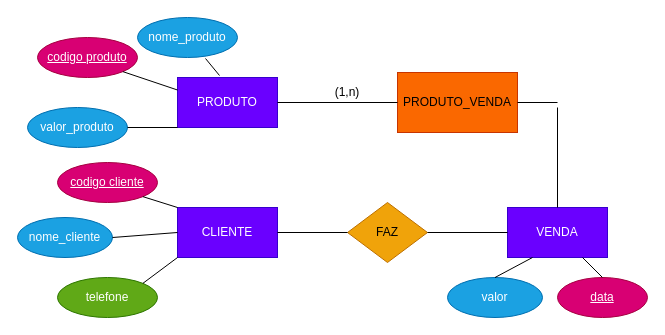
The draw.io diagram Produto.drawio in Ginizu/ModelagemSoftware, before the edit. Source tidied: cells renumbered, new cells numbered last; positions are measured from the earlier drawing's top-left corner, leaving out a move shared by most shapes. Both pictures are drawn from the tidied source at 100%, with x=0, y=0 at pixel (17, 17).
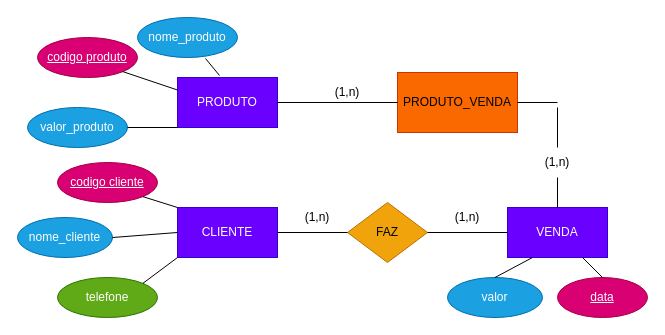
After the change.

The change refers to these unchanged cells:
```xml
<mxCell id="15" value="VENDA" style="rounded=0;whiteSpace=wrap;html=1;fillColor=#6a00ff;fontColor=#ffffff;strokeColor=#3700CC;" parent="1" vertex="1">
  <mxGeometry x="490" y="190" width="100" height="50" as="geometry" />
</mxCell>
```

The edit, as a diff of the source:
```diff
@@
-    <mxCell id="28" style="endArrow=none;html=1;rounded=0;exitX=0.5;exitY=0;exitDx=0;exitDy=0;" parent="1" edge="1" source="15">
+    <mxCell id="28" style="endArrow=none;html=1;rounded=0;exitX=0.5;exitY=0;exitDx=0;exitDy=0;" parent="1" edge="1" source="32">
       <mxGeometry relative="1" as="geometry">
         <mxPoint x="540" y="90" as="targetPoint" />
       </mxGeometry>
     </mxCell>
@@
+    <mxCell id="30" value="(1,n)" style="text;html=1;strokeColor=none;fillColor=none;align=center;verticalAlign=middle;whiteSpace=wrap;rounded=0;" parent="1" vertex="1">
+      <mxGeometry x="270" y="185" width="60" height="30" as="geometry" />
+    </mxCell>
+    <mxCell id="31" style="endArrow=none;html=1;rounded=0;exitX=0.5;exitY=0;exitDx=0;exitDy=0;" parent="1" edge="1" source="15" target="32">
+      <mxGeometry relative="1" as="geometry" />
+    </mxCell>
+    <mxCell id="32" value="(1,n)" style="text;html=1;strokeColor=none;fillColor=none;align=center;verticalAlign=middle;whiteSpace=wrap;rounded=0;" parent="1" vertex="1">
+      <mxGeometry x="510" y="130" width="60" height="30" as="geometry" />
+    </mxCell>
+    <mxCell id="33" value="(1,n)" style="text;html=1;strokeColor=none;fillColor=none;align=center;verticalAlign=middle;whiteSpace=wrap;rounded=0;" parent="1" vertex="1">
+      <mxGeometry x="420" y="185" width="60" height="30" as="geometry" />
+    </mxCell>
```
